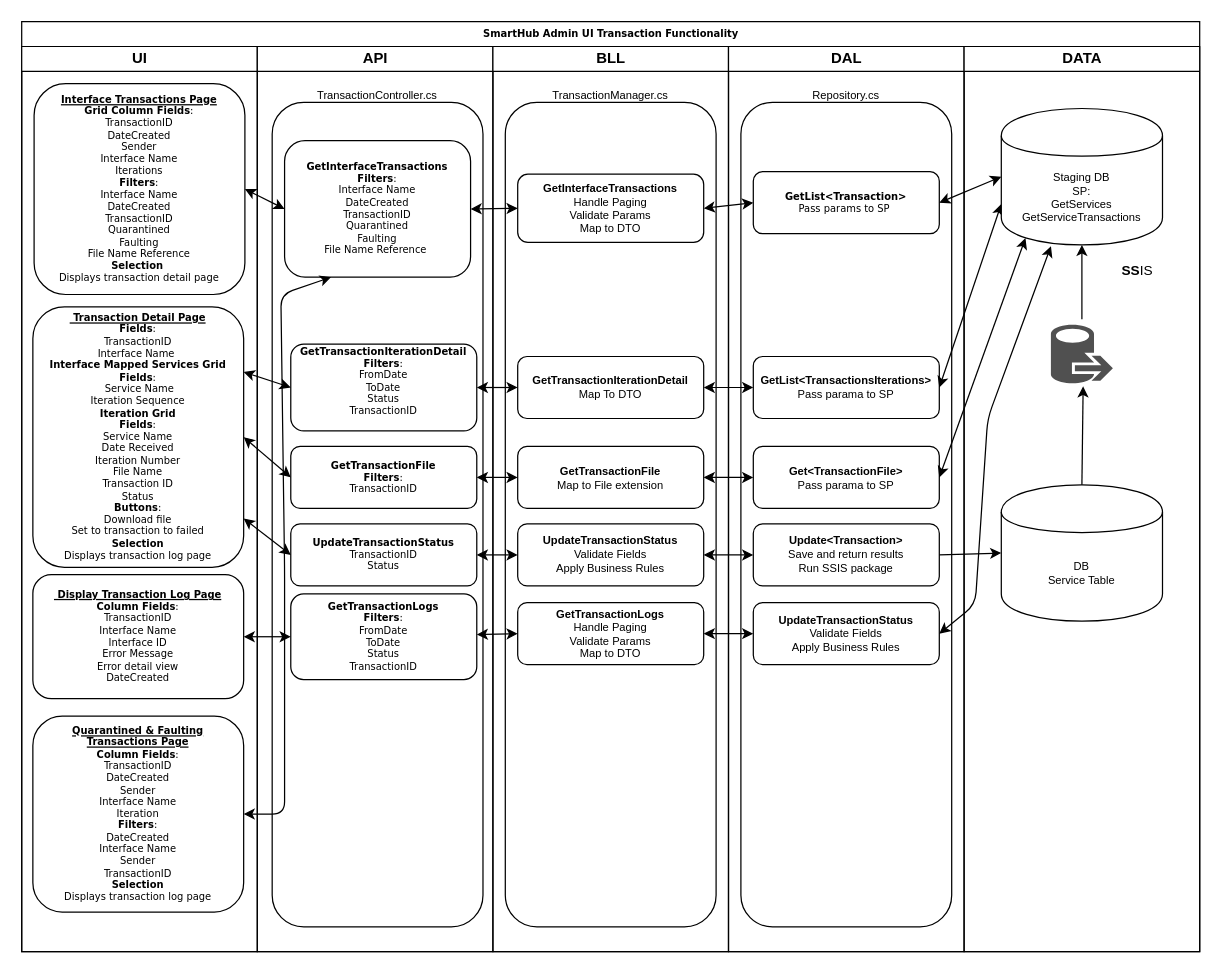
This is SHAdminUI-Transaction-Functionality.drawio from Cyrolies/TigersFreightDocs, a draw.io file, before an edit. Source tidied: cells renumbered, new cells numbered last; positions are measured from the earlier drawing's top-left corner, leaving out a move shared by most shapes. Both pictures are drawn from the tidied source at 124%, with x=0, y=0 at pixel (21, 21).
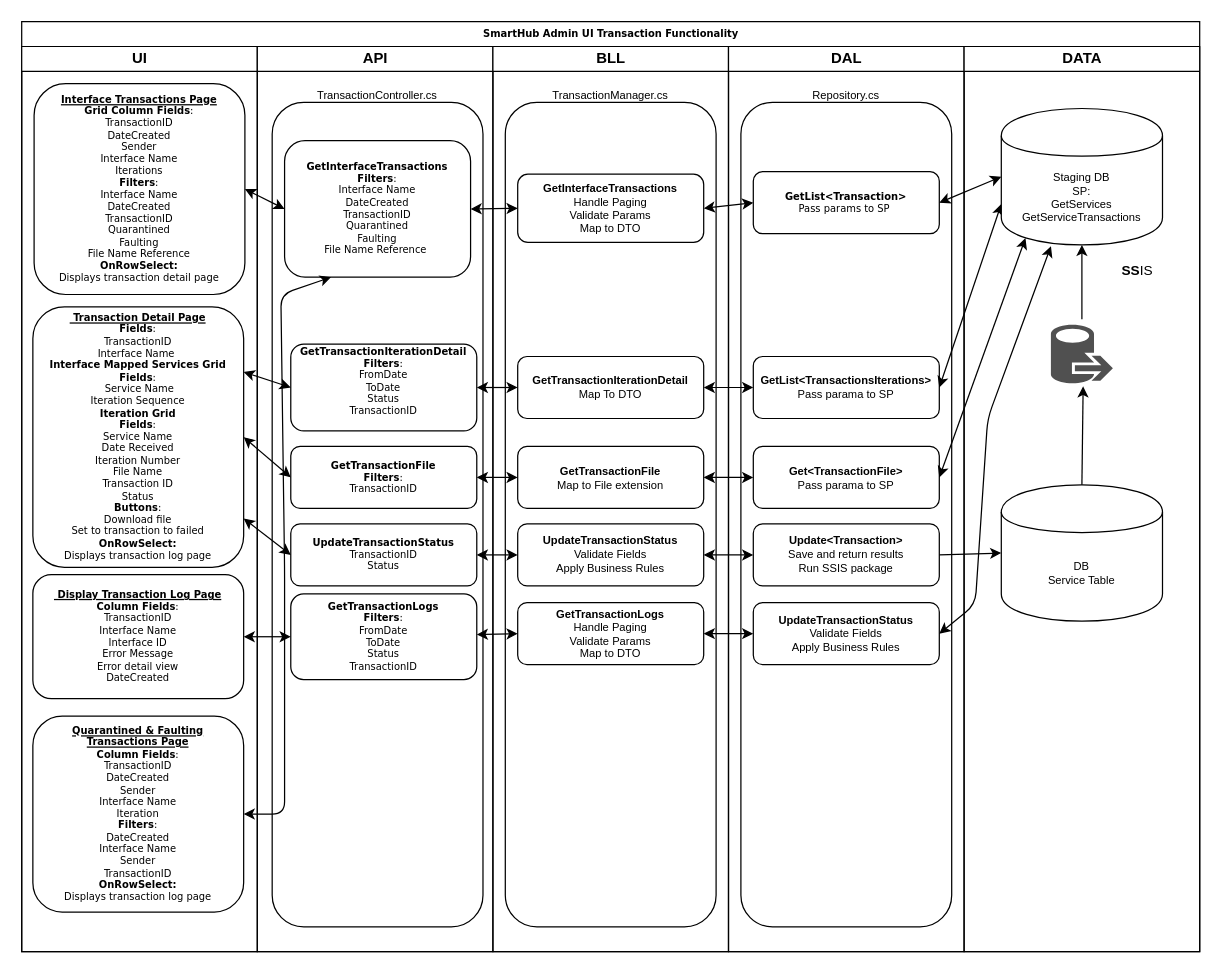
The same diagram, later.

Unchanged cells that the change refers to:
```xml
<mxCell id="3" value="UI" style="swimlane;html=1;startSize=20;" parent="2" vertex="1">
  <mxGeometry y="20" width="190" height="730" as="geometry" />
</mxCell>
```

What changed in the source:
```diff
@@
-    <mxCell id="4" value="&lt;b&gt;&lt;u&gt;Interface Transactions Page&lt;/u&gt;&lt;/b&gt;&lt;br&gt;&lt;b&gt;Grid Column Fields&lt;/b&gt;:&lt;br&gt;TransactionID&lt;br&gt;DateCreated&lt;br&gt;Sender&lt;br&gt;Interface Name&lt;br&gt;Iterations&lt;br&gt;&lt;b&gt;Filters&lt;/b&gt;:&lt;br&gt;Interface Name&lt;br&gt;DateCreated&lt;br&gt;TransactionID&lt;br&gt;Quarantined&lt;br&gt;Faulting&lt;br&gt;File Name Reference&lt;br&gt;&lt;b&gt;Selection&amp;nbsp;&lt;/b&gt;&lt;br&gt;Displays transaction detail page" style="rounded=1;whiteSpace=wrap;html=1;shadow=0;labelBackgroundColor=none;strokeColor=#000000;strokeWidth=1;fillColor=#ffffff;fontFamily=Verdana;fontSize=8;fontColor=#000000;align=center;" parent="3" vertex="1">
+    <mxCell id="4" value="&lt;b&gt;&lt;u&gt;Interface Transactions Page&lt;/u&gt;&lt;/b&gt;&lt;br&gt;&lt;b&gt;Grid Column Fields&lt;/b&gt;:&lt;br&gt;TransactionID&lt;br&gt;DateCreated&lt;br&gt;Sender&lt;br&gt;Interface Name&lt;br&gt;Iterations&lt;br&gt;&lt;b&gt;Filters&lt;/b&gt;:&lt;br&gt;Interface Name&lt;br&gt;DateCreated&lt;br&gt;TransactionID&lt;br&gt;Quarantined&lt;br&gt;Faulting&lt;br&gt;File Name Reference&lt;br&gt;&lt;b&gt;OnRowSelect:&lt;br&gt;&lt;/b&gt;Displays transaction detail page" style="rounded=1;whiteSpace=wrap;html=1;shadow=0;labelBackgroundColor=none;strokeColor=#000000;strokeWidth=1;fillColor=#ffffff;fontFamily=Verdana;fontSize=8;fontColor=#000000;align=center;" parent="3" vertex="1">
       <mxGeometry x="10" y="30" width="170" height="170" as="geometry" />
     </mxCell>
-    <mxCell id="5" value="&lt;b&gt;&lt;u&gt;Quarantined &amp;amp; Faulting&lt;br&gt;Transactions Page&lt;/u&gt;&lt;/b&gt;&lt;br&gt;&lt;b&gt;Column Fields&lt;/b&gt;:&lt;br&gt;TransactionID&lt;br&gt;DateCreated&lt;br&gt;Sender&lt;br&gt;Interface Name&lt;br&gt;Iteration&lt;br&gt;&lt;b&gt;Filters&lt;/b&gt;:&lt;br&gt;DateCreated&lt;br&gt;Interface Name&lt;br&gt;Sender&lt;br&gt;TransactionID&lt;br&gt;&lt;b&gt;Selection&lt;/b&gt;&lt;br&gt;Displays transaction log page" style="rounded=1;whiteSpace=wrap;html=1;shadow=0;labelBackgroundColor=none;strokeColor=#000000;strokeWidth=1;fillColor=#ffffff;fontFamily=Verdana;fontSize=8;fontColor=#000000;align=center;" parent="3" vertex="1">
+    <mxCell id="5" value="&lt;b&gt;&lt;u&gt;Quarantined &amp;amp; Faulting&lt;br&gt;Transactions Page&lt;/u&gt;&lt;/b&gt;&lt;br&gt;&lt;b&gt;Column Fields&lt;/b&gt;:&lt;br&gt;TransactionID&lt;br&gt;DateCreated&lt;br&gt;Sender&lt;br&gt;Interface Name&lt;br&gt;Iteration&lt;br&gt;&lt;b&gt;Filters&lt;/b&gt;:&lt;br&gt;DateCreated&lt;br&gt;Interface Name&lt;br&gt;Sender&lt;br&gt;TransactionID&lt;br&gt;&lt;b&gt;OnRowSelect:&lt;br&gt;&lt;/b&gt;Displays transaction log page" style="rounded=1;whiteSpace=wrap;html=1;shadow=0;labelBackgroundColor=none;strokeColor=#000000;strokeWidth=1;fillColor=#ffffff;fontFamily=Verdana;fontSize=8;fontColor=#000000;align=center;" parent="3" vertex="1">
       <mxGeometry x="9" y="540" width="170" height="158" as="geometry" />
     </mxCell>
-    <mxCell id="6" value="&lt;b&gt;&lt;u&gt;&amp;nbsp;Transaction Detail Page&lt;/u&gt;&lt;/b&gt;&lt;br&gt;&lt;b&gt;Fields&lt;/b&gt;:&lt;br&gt;TransactionID&lt;br&gt;Interface Name&amp;nbsp;&lt;br&gt;&lt;b&gt;Interface Mapped Services Grid&lt;br&gt;Fields&lt;/b&gt;:&lt;br&gt;&amp;nbsp;Service Name&lt;br&gt;Iteration Sequence&lt;br&gt;&lt;b&gt;Iteration Grid&lt;/b&gt;&lt;br&gt;&lt;b&gt;Fields&lt;/b&gt;:&lt;br&gt;Service Name&lt;br&gt;Date Received&lt;br&gt;Iteration Number&lt;br&gt;File Name&lt;br&gt;Transaction ID&lt;br&gt;Status&lt;br&gt;&lt;b&gt;Buttons&lt;/b&gt;:&lt;br&gt;Download file&lt;br&gt;Set to transaction to failed&lt;br&gt;&lt;b&gt;Selection&lt;br&gt;&lt;/b&gt;Displays transaction log page" style="rounded=1;whiteSpace=wrap;html=1;shadow=0;labelBackgroundColor=none;strokeColor=#000000;strokeWidth=1;fillColor=#ffffff;fontFamily=Verdana;fontSize=8;fontColor=#000000;align=center;" parent="3" vertex="1">
+    <mxCell id="6" value="&lt;b&gt;&lt;u&gt;&amp;nbsp;Transaction Detail Page&lt;/u&gt;&lt;/b&gt;&lt;br&gt;&lt;b&gt;Fields&lt;/b&gt;:&lt;br&gt;TransactionID&lt;br&gt;Interface Name&amp;nbsp;&lt;br&gt;&lt;b&gt;Interface Mapped Services Grid&lt;br&gt;Fields&lt;/b&gt;:&lt;br&gt;&amp;nbsp;Service Name&lt;br&gt;Iteration Sequence&lt;br&gt;&lt;b&gt;Iteration Grid&lt;/b&gt;&lt;br&gt;&lt;b&gt;Fields&lt;/b&gt;:&lt;br&gt;Service Name&lt;br&gt;Date Received&lt;br&gt;Iteration Number&lt;br&gt;File Name&lt;br&gt;Transaction ID&lt;br&gt;Status&lt;br&gt;&lt;b&gt;Buttons&lt;/b&gt;:&lt;br&gt;Download file&lt;br&gt;Set to transaction to failed&lt;br&gt;&lt;b&gt;OnRowSelect:&lt;br&gt;&lt;/b&gt;Displays transaction log page" style="rounded=1;whiteSpace=wrap;html=1;shadow=0;labelBackgroundColor=none;strokeColor=#000000;strokeWidth=1;fillColor=#ffffff;fontFamily=Verdana;fontSize=8;fontColor=#000000;align=center;" parent="3" vertex="1">
       <mxGeometry x="9" y="210" width="170" height="210" as="geometry" />
     </mxCell>
```
